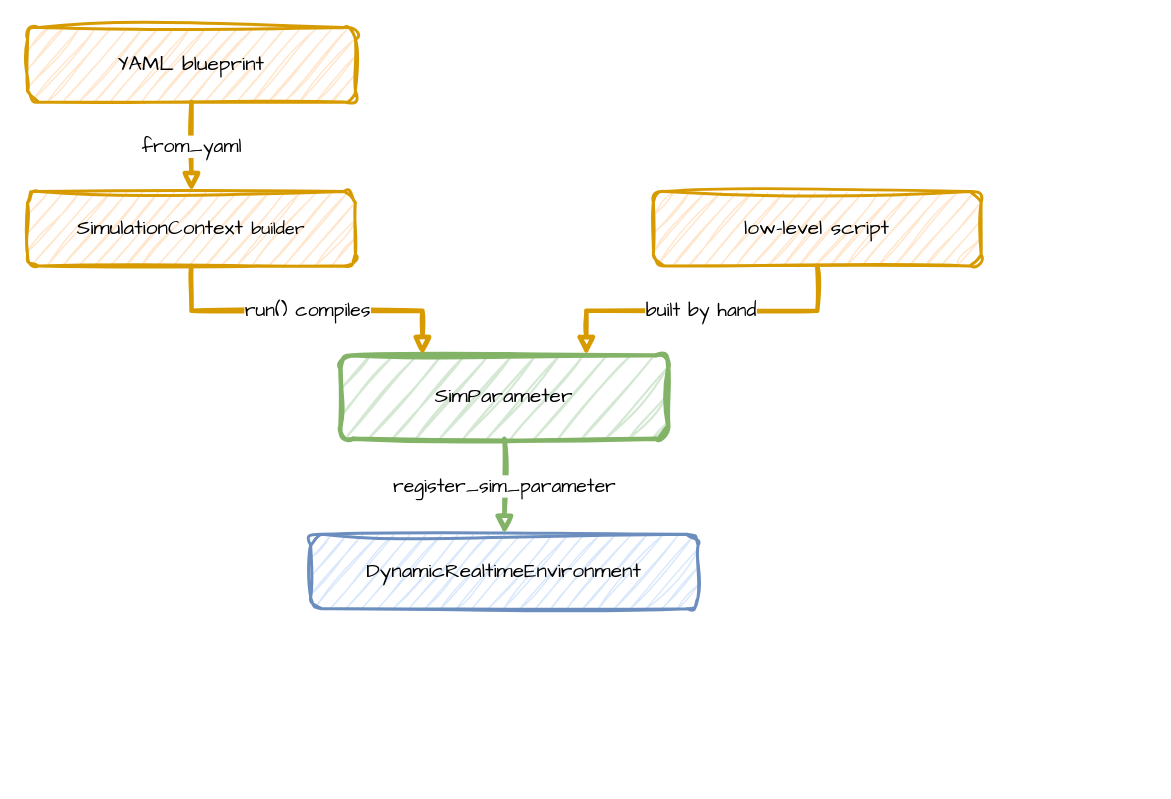
This is docs/assets/diagrams/ways-to-write.drawio from jaehyeon-kim/desflow, a draw.io file, before an edit. Source tidied: cells renumbered, new cells numbered last; positions are measured from the earlier drawing's top-left corner, leaving out a move shared by most shapes. Both pictures are drawn from the tidied source at 149%, with x=0, y=0 at pixel (27, 27).
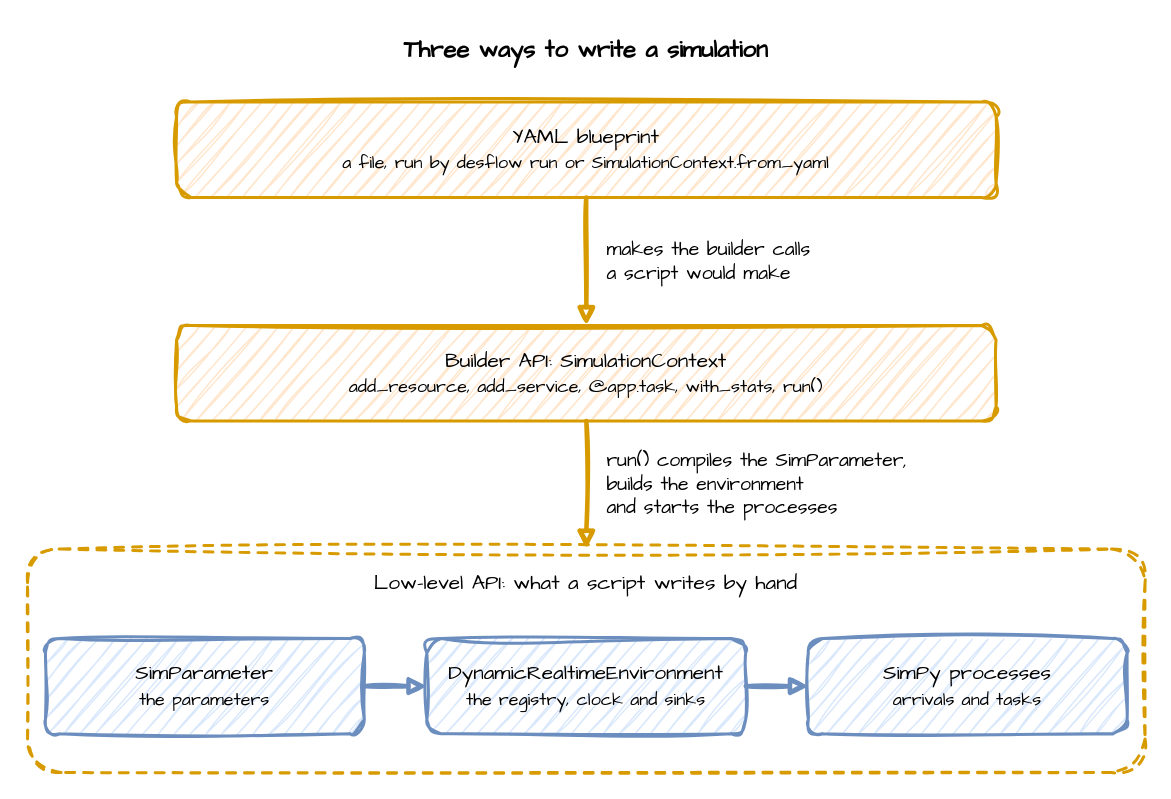
The same page after the edit.

The edit, as a diff of the source:
```diff
@@
 <mxGraphModel>
   <root>
     <mxCell id="0" />
     <mxCell id="1" parent="0" />
+    <mxCell id="11" value="Three ways to write a simulation" style="text;html=1;align=center;verticalAlign=middle;whiteSpace=wrap;fontFamily=Comic Sans MS;fontSize=16;fontStyle=1;" parent="1" vertex="1">
+      <mxGeometry width="750" height="30" as="geometry" />
+    </mxCell>
-    <mxCell id="2" value="YAML blueprint" style="rounded=1;whiteSpace=wrap;html=1;sketch=1;curveFitting=1;jiggle=2;fontFamily=Comic Sans MS;fontSize=14;fillColor=#ffe6cc;strokeColor=#d79b00;strokeWidth=2;" parent="1" vertex="1">
-      <mxGeometry width="220" height="50" as="geometry" />
+    <mxCell id="2" value="YAML blueprint&lt;br&gt;&lt;font style='font-size:12px'&gt;a file, run by desflow run or SimulationContext.from_yaml&lt;/font&gt;" style="rounded=1;whiteSpace=wrap;html=1;sketch=1;curveFitting=1;jiggle=2;fontFamily=Comic Sans MS;fontSize=14;fillColor=#ffe6cc;strokeColor=#d79b00;strokeWidth=2;" parent="1" vertex="1">
+      <mxGeometry x="100" y="50" width="550" height="64" as="geometry" />
     </mxCell>
-    <mxCell id="3" value="SimulationContext &lt;font style='font-size:12px'&gt;builder&lt;/font&gt;" style="rounded=1;whiteSpace=wrap;html=1;sketch=1;curveFitting=1;jiggle=2;fontFamily=Comic Sans MS;fontSize=14;fillColor=#ffe6cc;strokeColor=#d79b00;strokeWidth=2;" parent="1" vertex="1">
-      <mxGeometry y="110" width="220" height="50" as="geometry" />
+    <mxCell id="3" value="Builder API: SimulationContext&lt;br&gt;&lt;font style='font-size:12px'&gt;add_resource, add_service, @app.task, with_stats, run()&lt;/font&gt;" style="rounded=1;whiteSpace=wrap;html=1;sketch=1;curveFitting=1;jiggle=2;fontFamily=Comic Sans MS;fontSize=14;fillColor=#ffe6cc;strokeColor=#d79b00;strokeWidth=2;" parent="1" vertex="1">
+      <mxGeometry x="100" y="200" width="550" height="64" as="geometry" />
     </mxCell>
-    <mxCell id="4" value="low-level script" style="rounded=1;whiteSpace=wrap;html=1;sketch=1;curveFitting=1;jiggle=2;fontFamily=Comic Sans MS;fontSize=14;fillColor=#ffe6cc;strokeColor=#d79b00;strokeWidth=2;" parent="1" vertex="1">
-      <mxGeometry x="420" y="110" width="220" height="50" as="geometry" />
+    <mxCell id="4" value="Low-level API: what a script writes by hand" style="rounded=1;whiteSpace=wrap;html=1;sketch=1;curveFitting=1;jiggle=2;fontFamily=Comic Sans MS;fontSize=14;fillColor=none;strokeColor=#d79b00;strokeWidth=2;dashed=1;verticalAlign=top;align=center;spacingTop=8;" parent="1" vertex="1">
+      <mxGeometry y="350" width="750" height="150" as="geometry" />
     </mxCell>
-    <mxCell id="5" value="SimParameter" style="rounded=1;whiteSpace=wrap;html=1;sketch=1;curveFitting=1;jiggle=2;fontFamily=Comic Sans MS;fontSize=14;fillColor=#d5e8d4;strokeColor=#82b366;strokeWidth=3;" parent="1" vertex="1">
-      <mxGeometry x="210" y="220" width="220" height="56" as="geometry" />
+    <mxCell id="5" value="SimParameter&lt;br&gt;&lt;font style='font-size:12px'&gt;the parameters&lt;/font&gt;" style="rounded=1;whiteSpace=wrap;html=1;sketch=1;curveFitting=1;jiggle=2;fontFamily=Comic Sans MS;fontSize=14;fillColor=#dae8fc;strokeColor=#6c8ebf;strokeWidth=2;" parent="1" vertex="1">
+      <mxGeometry x="12" y="410" width="214" height="64" as="geometry" />
     </mxCell>
-    <mxCell id="6" value="DynamicRealtimeEnvironment" style="rounded=1;whiteSpace=wrap;html=1;sketch=1;curveFitting=1;jiggle=2;fontFamily=Comic Sans MS;fontSize=14;fillColor=#dae8fc;strokeColor=#6c8ebf;strokeWidth=2;" parent="1" vertex="1">
-      <mxGeometry x="190" y="340" width="260" height="50" as="geometry" />
+    <mxCell id="6" value="DynamicRealtimeEnvironment&lt;br&gt;&lt;font style='font-size:12px'&gt;the registry, clock and sinks&lt;/font&gt;" style="rounded=1;whiteSpace=wrap;html=1;sketch=1;curveFitting=1;jiggle=2;fontFamily=Comic Sans MS;fontSize=14;fillColor=#dae8fc;strokeColor=#6c8ebf;strokeWidth=2;" parent="1" vertex="1">
+      <mxGeometry x="268" y="410" width="214" height="64" as="geometry" />
     </mxCell>
-    <mxCell id="7" value="from_yaml" style="edgeStyle=orthogonalEdgeStyle;rounded=0;sketch=1;html=1;strokeWidth=3;endArrow=block;strokeColor=#d79b00;fontFamily=Comic Sans MS;fontSize=13;labelBackgroundColor=#ffffff;exitX=0.5;exitY=1;exitDx=0;exitDy=0;entryX=0.5;entryY=0;entryDx=0;entryDy=0;" parent="1" edge="1" source="2" target="3">
-      <mxGeometry relative="1" as="geometry" />
+    <mxCell id="7" value="SimPy processes&lt;br&gt;&lt;font style='font-size:12px'&gt;arrivals and tasks&lt;/font&gt;" style="rounded=1;whiteSpace=wrap;html=1;sketch=1;curveFitting=1;jiggle=2;fontFamily=Comic Sans MS;fontSize=14;fillColor=#dae8fc;strokeColor=#6c8ebf;strokeWidth=2;" parent="1" vertex="1">
+      <mxGeometry x="524" y="410" width="214" height="64" as="geometry" />
     </mxCell>
-    <mxCell id="8" value="run() compiles" style="edgeStyle=orthogonalEdgeStyle;rounded=0;sketch=1;html=1;strokeWidth=3;endArrow=block;strokeColor=#d79b00;fontFamily=Comic Sans MS;fontSize=13;labelBackgroundColor=#ffffff;exitX=0.5;exitY=1;exitDx=0;exitDy=0;entryX=0.25;entryY=0;entryDx=0;entryDy=0;" parent="1" edge="1" source="3" target="5">
-      <mxGeometry relative="1" as="geometry" />
+    <mxCell id="8" value="makes the builder calls&lt;br&gt;a script would make" style="align=left;edgeStyle=orthogonalEdgeStyle;rounded=0;sketch=1;html=1;strokeWidth=3;endArrow=block;strokeColor=#d79b00;fontFamily=Comic Sans MS;fontSize=13;labelBackgroundColor=#ffffff;exitX=0.5;exitY=1;exitDx=0;exitDy=0;entryX=0.5;entryY=0;entryDx=0;entryDy=0;" parent="1" edge="1" source="2" target="3">
+      <mxGeometry relative="1" as="geometry">
+        <mxPoint x="12" as="offset" />
+      </mxGeometry>
     </mxCell>
-    <mxCell id="9" value="built by hand" style="edgeStyle=orthogonalEdgeStyle;rounded=0;sketch=1;html=1;strokeWidth=3;endArrow=block;strokeColor=#d79b00;fontFamily=Comic Sans MS;fontSize=13;labelBackgroundColor=#ffffff;exitX=0.5;exitY=1;exitDx=0;exitDy=0;entryX=0.75;entryY=0;entryDx=0;entryDy=0;" parent="1" edge="1" source="4" target="5">
-      <mxGeometry relative="1" as="geometry" />
+    <mxCell id="9" value="run() compiles the SimParameter,&lt;br&gt;builds the environment&lt;br&gt;and starts the processes" style="align=left;edgeStyle=orthogonalEdgeStyle;rounded=0;sketch=1;html=1;strokeWidth=3;endArrow=block;strokeColor=#d79b00;fontFamily=Comic Sans MS;fontSize=13;labelBackgroundColor=#ffffff;exitX=0.5;exitY=1;exitDx=0;exitDy=0;entryX=0.5;entryY=0;entryDx=0;entryDy=0;" parent="1" edge="1" source="3" target="4">
+      <mxGeometry relative="1" as="geometry">
+        <mxPoint x="12" as="offset" />
+      </mxGeometry>
     </mxCell>
-    <mxCell id="10" value="register_sim_parameter" style="edgeStyle=orthogonalEdgeStyle;rounded=0;sketch=1;html=1;strokeWidth=3;endArrow=block;strokeColor=#82b366;fontFamily=Comic Sans MS;fontSize=13;labelBackgroundColor=#ffffff;exitX=0.5;exitY=1;exitDx=0;exitDy=0;entryX=0.5;entryY=0;entryDx=0;entryDy=0;" parent="1" edge="1" source="5" target="6">
+    <mxCell id="10" style="edgeStyle=orthogonalEdgeStyle;rounded=0;sketch=1;html=1;strokeWidth=3;endArrow=block;strokeColor=#6c8ebf;fontFamily=Comic Sans MS;fontSize=13;labelBackgroundColor=#ffffff;exitX=1;exitY=0.5;exitDx=0;exitDy=0;entryX=0;entryY=0.5;entryDx=0;entryDy=0;" parent="1" edge="1" source="5" target="6">
       <mxGeometry relative="1" as="geometry" />
     </mxCell>
+    <mxCell id="12" style="edgeStyle=orthogonalEdgeStyle;rounded=0;sketch=1;html=1;strokeWidth=3;endArrow=block;strokeColor=#6c8ebf;fontFamily=Comic Sans MS;fontSize=13;labelBackgroundColor=#ffffff;exitX=1;exitY=0.5;exitDx=0;exitDy=0;entryX=0;entryY=0.5;entryDx=0;entryDy=0;" parent="1" edge="1" source="6" target="7">
+      <mxGeometry relative="1" as="geometry" />
+    </mxCell>
   </root>
 </mxGraphModel>
```
